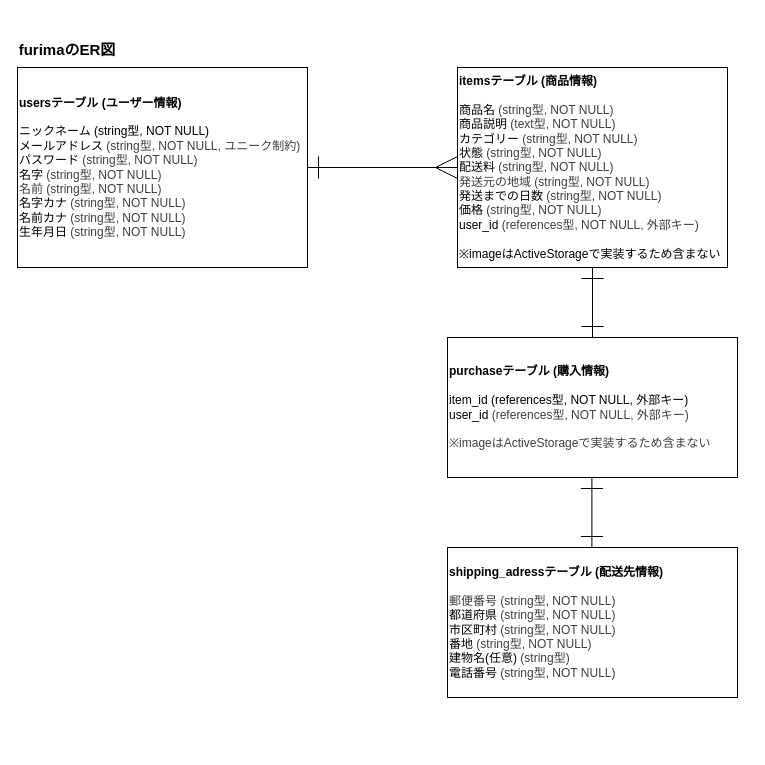
The draw.io diagram er.dio in kuraomirako/furima-42532, before the edit. Source tidied: cells renumbered, new cells numbered last; positions are measured from the earlier drawing's top-left corner, leaving out a move shared by most shapes. Both pictures are drawn from the tidied source at 100%, with x=0, y=0 at pixel (17, 27).
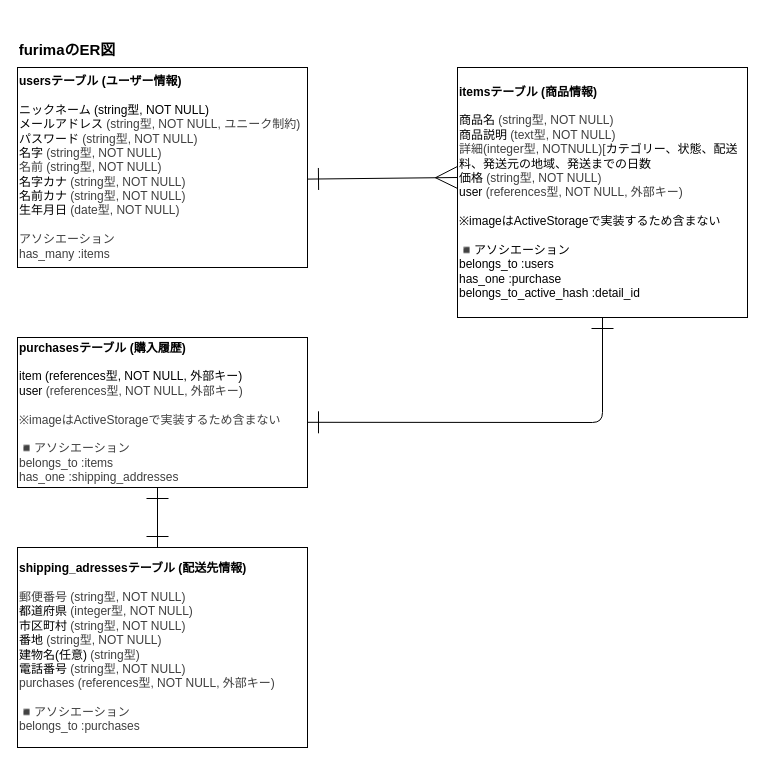
After the change.

Commit message (it also covers changes not shown here):
ER図・README修正1

The edit, as a diff of the source:
```diff
@@
 <mxGraphModel>
   <root>
     <mxCell id="0" />
     <mxCell id="1" parent="0" />
     <mxCell id="2" value="&lt;h1&gt;&lt;font style=&quot;font-size: 15px;&quot;&gt;furimaのER図&lt;/font&gt;&lt;/h1&gt;" style="whiteSpace=wrap;html=1;align=center;strokeColor=none;" parent="1" vertex="1">
       <mxGeometry width="100" height="40" as="geometry" />
     </mxCell>
-    <mxCell id="3" style="edgeStyle=none;html=1;exitX=1;exitY=0.5;exitDx=0;exitDy=0;entryX=0;entryY=0.5;entryDx=0;entryDy=0;targetPerimeterSpacing=6;sourcePerimeterSpacing=6;endSize=20;endArrow=ERmany;endFill=0;startSize=20;strokeColor=default;startArrow=ERone;startFill=0;" parent="1" edge="1" source="4" target="6">
-      <mxGeometry relative="1" as="geometry" />
+    <mxCell id="3" style="edgeStyle=none;html=1;exitX=1;exitY=0.558;exitDx=0;exitDy=0;entryX=0;entryY=0.5;entryDx=0;entryDy=0;targetPerimeterSpacing=6;sourcePerimeterSpacing=6;endSize=20;endArrow=ERmany;endFill=0;startSize=20;strokeColor=default;startArrow=ERone;startFill=0;exitPerimeter=0;" parent="1" edge="1" source="4">
+      <mxGeometry relative="1" as="geometry">
+        <mxPoint x="440" y="150" as="targetPoint" />
+      </mxGeometry>
     </mxCell>
-    <mxCell id="4" value="&lt;div&gt;&lt;b&gt;usersテーブル (ユーザー情報)&lt;/b&gt;&lt;/div&gt;&lt;div&gt;&lt;br&gt;&lt;/div&gt;&lt;div&gt;ニックネーム (string型, NOT NULL)&lt;/div&gt;&lt;div&gt;&lt;span style=&quot;background-color: transparent;&quot;&gt;メールアドレス&lt;/span&gt;&lt;span style=&quot;color: rgb(63, 63, 63); background-color: transparent;&quot;&gt;&amp;nbsp;&lt;/span&gt;&lt;span style=&quot;color: rgb(63, 63, 63); background-color: transparent;&quot;&gt;(string型, NOT NULL, ユニーク制約)&lt;/span&gt;&lt;/div&gt;&lt;div&gt;パスワード&lt;span style=&quot;background-color: transparent; color: rgb(63, 63, 63);&quot;&gt;&amp;nbsp;&lt;/span&gt;&lt;span style=&quot;background-color: transparent; color: rgb(63, 63, 63);&quot;&gt;(string型, NOT NULL)&lt;/span&gt;&lt;/div&gt;&lt;div&gt;名字&lt;span style=&quot;background-color: transparent; color: rgb(63, 63, 63);&quot;&gt;&amp;nbsp;&lt;/span&gt;&lt;span style=&quot;background-color: transparent; color: rgb(63, 63, 63);&quot;&gt;(string型, NOT NULL)&lt;/span&gt;&lt;/div&gt;&lt;div&gt;&lt;span style=&quot;background-color: transparent; color: rgb(63, 63, 63);&quot;&gt;名前&amp;nbsp;&lt;/span&gt;&lt;span style=&quot;background-color: transparent; color: rgb(63, 63, 63);&quot;&gt;(string型, NOT NULL)&lt;/span&gt;&lt;/div&gt;&lt;div&gt;名字カナ&lt;span style=&quot;background-color: transparent; color: rgb(63, 63, 63);&quot;&gt;&amp;nbsp;&lt;/span&gt;&lt;span style=&quot;background-color: transparent; color: rgb(63, 63, 63);&quot;&gt;(string型, NOT NULL)&lt;/span&gt;&lt;/div&gt;&lt;div&gt;名前カナ&lt;span style=&quot;background-color: transparent; color: rgb(63, 63, 63);&quot;&gt;&amp;nbsp;&lt;/span&gt;&lt;span style=&quot;background-color: transparent; color: rgb(63, 63, 63);&quot;&gt;(string型, NOT NULL)&lt;/span&gt;&lt;/div&gt;&lt;div&gt;生年月日&lt;span style=&quot;background-color: transparent; color: rgb(63, 63, 63);&quot;&gt;&amp;nbsp;&lt;/span&gt;&lt;span style=&quot;background-color: transparent; color: rgb(63, 63, 63);&quot;&gt;(string型, NOT NULL)&lt;/span&gt;&lt;/div&gt;" style="whiteSpace=wrap;html=1;align=left;" parent="1" vertex="1">
+    <mxCell id="4" value="&lt;div&gt;&lt;b&gt;usersテーブル (ユーザー情報)&lt;/b&gt;&lt;/div&gt;&lt;div&gt;&lt;br&gt;&lt;/div&gt;&lt;div&gt;ニックネーム (string型, NOT NULL)&lt;/div&gt;&lt;div&gt;&lt;span style=&quot;background-color: transparent;&quot;&gt;メールアドレス&lt;/span&gt;&lt;span style=&quot;color: rgb(63, 63, 63); background-color: transparent;&quot;&gt;&amp;nbsp;&lt;/span&gt;&lt;span style=&quot;color: rgb(63, 63, 63); background-color: transparent;&quot;&gt;(string型, NOT NULL, ユニーク制約)&lt;/span&gt;&lt;/div&gt;&lt;div&gt;パスワード&lt;span style=&quot;background-color: transparent; color: rgb(63, 63, 63);&quot;&gt;&amp;nbsp;&lt;/span&gt;&lt;span style=&quot;background-color: transparent; color: rgb(63, 63, 63);&quot;&gt;(string型, NOT NULL)&lt;/span&gt;&lt;/div&gt;&lt;div&gt;名字&lt;span style=&quot;background-color: transparent; color: rgb(63, 63, 63);&quot;&gt;&amp;nbsp;&lt;/span&gt;&lt;span style=&quot;background-color: transparent; color: rgb(63, 63, 63);&quot;&gt;(string型, NOT NULL)&lt;/span&gt;&lt;/div&gt;&lt;div&gt;&lt;span style=&quot;background-color: transparent; color: rgb(63, 63, 63);&quot;&gt;名前&amp;nbsp;&lt;/span&gt;&lt;span style=&quot;background-color: transparent; color: rgb(63, 63, 63);&quot;&gt;(string型, NOT NULL)&lt;/span&gt;&lt;/div&gt;&lt;div&gt;名字カナ&lt;span style=&quot;background-color: transparent; color: rgb(63, 63, 63);&quot;&gt;&amp;nbsp;&lt;/span&gt;&lt;span style=&quot;background-color: transparent; color: rgb(63, 63, 63);&quot;&gt;(string型, NOT NULL)&lt;/span&gt;&lt;/div&gt;&lt;div&gt;名前カナ&lt;span style=&quot;background-color: transparent; color: rgb(63, 63, 63);&quot;&gt;&amp;nbsp;&lt;/span&gt;&lt;span style=&quot;background-color: transparent; color: rgb(63, 63, 63);&quot;&gt;(string型, NOT NULL)&lt;/span&gt;&lt;/div&gt;&lt;div&gt;生年月日&lt;span style=&quot;background-color: transparent; color: rgb(63, 63, 63);&quot;&gt;&amp;nbsp;&lt;/span&gt;&lt;span style=&quot;background-color: transparent; color: rgb(63, 63, 63);&quot;&gt;(date型, NOT NULL)&lt;/span&gt;&lt;/div&gt;&lt;div&gt;&lt;span style=&quot;background-color: transparent; color: rgb(63, 63, 63);&quot;&gt;&lt;br&gt;&lt;/span&gt;&lt;/div&gt;&lt;div&gt;&lt;span style=&quot;background-color: transparent; color: rgb(63, 63, 63);&quot;&gt;アソシエーション&lt;/span&gt;&lt;/div&gt;&lt;div&gt;&lt;span style=&quot;background-color: transparent; color: rgb(63, 63, 63);&quot;&gt;has_many :items&lt;/span&gt;&lt;/div&gt;" style="whiteSpace=wrap;html=1;align=left;" parent="1" vertex="1">
       <mxGeometry y="40" width="290" height="200" as="geometry" />
     </mxCell>
-    <mxCell id="5" style="edgeStyle=none;html=1;exitX=0.5;exitY=1;exitDx=0;exitDy=0;endSize=20;startSize=20;endArrow=ERone;endFill=0;startArrow=ERone;startFill=0;" parent="1" edge="1" source="6" target="7">
-      <mxGeometry relative="1" as="geometry" />
+    <mxCell id="5" style="edgeStyle=none;html=1;endSize=20;startSize=20;endArrow=ERone;endFill=0;startArrow=ERone;startFill=0;entryX=1.001;entryY=0.437;entryDx=0;entryDy=0;entryPerimeter=0;exitX=0.5;exitY=1;exitDx=0;exitDy=0;" parent="1" edge="1" source="6">
+      <mxGeometry relative="1" as="geometry">
+        <mxPoint x="290" y="394.8" as="targetPoint" />
+        <Array as="points">
+          <mxPoint x="585" y="395" />
+        </Array>
+      </mxGeometry>
     </mxCell>
-    <mxCell id="6" value="&lt;div&gt;&lt;b&gt;itemsテーブル (商品情報)&lt;/b&gt;&lt;/div&gt;&lt;div&gt;&lt;br&gt;&lt;/div&gt;&lt;div&gt;商品名&lt;span style=&quot;color: rgb(63, 63, 63); background-color: transparent;&quot;&gt;&amp;nbsp;&lt;/span&gt;&lt;span style=&quot;color: rgb(63, 63, 63); background-color: transparent;&quot;&gt;(string型, NOT NULL)&lt;/span&gt;&lt;/div&gt;&lt;div&gt;商品説明&lt;span style=&quot;color: rgb(63, 63, 63); background-color: transparent;&quot;&gt;&amp;nbsp;&lt;/span&gt;&lt;span style=&quot;color: rgb(63, 63, 63); background-color: transparent;&quot;&gt;(text型, NOT NULL)&lt;/span&gt;&lt;/div&gt;&lt;div&gt;カテゴリー&lt;span style=&quot;color: rgb(63, 63, 63); background-color: transparent;&quot;&gt;&amp;nbsp;&lt;/span&gt;&lt;span style=&quot;color: rgb(63, 63, 63); background-color: transparent;&quot;&gt;(string型, NOT NULL)&lt;/span&gt;&lt;/div&gt;&lt;div&gt;状態&lt;span style=&quot;color: rgb(63, 63, 63); background-color: transparent;&quot;&gt;&amp;nbsp;&lt;/span&gt;&lt;span style=&quot;color: rgb(63, 63, 63); background-color: transparent;&quot;&gt;(string型, NOT NULL)&lt;/span&gt;&lt;/div&gt;&lt;div&gt;配送料&lt;span style=&quot;color: rgb(63, 63, 63); background-color: transparent;&quot;&gt;&amp;nbsp;&lt;/span&gt;&lt;span style=&quot;color: rgb(63, 63, 63); background-color: transparent;&quot;&gt;(string型, NOT NULL)&lt;/span&gt;&lt;/div&gt;&lt;div&gt;&lt;span style=&quot;color: rgb(63, 63, 63); background-color: transparent;&quot;&gt;発送元の地域&amp;nbsp;&lt;/span&gt;&lt;span style=&quot;color: rgb(63, 63, 63); background-color: transparent;&quot;&gt;(string型, NOT NULL)&lt;/span&gt;&lt;/div&gt;&lt;div&gt;発送までの日数&lt;span style=&quot;color: rgb(63, 63, 63); background-color: transparent;&quot;&gt;&amp;nbsp;&lt;/span&gt;&lt;span style=&quot;color: rgb(63, 63, 63); background-color: transparent;&quot;&gt;(string型, NOT NULL)&lt;/span&gt;&lt;/div&gt;&lt;div&gt;価格&lt;span style=&quot;color: rgb(63, 63, 63); background-color: transparent;&quot;&gt;&amp;nbsp;&lt;/span&gt;&lt;span style=&quot;color: rgb(63, 63, 63); background-color: transparent;&quot;&gt;(string型, NOT NULL)&lt;/span&gt;&lt;/div&gt;&lt;div&gt;user_id&lt;span style=&quot;color: rgb(63, 63, 63); background-color: transparent;&quot;&gt;&amp;nbsp;&lt;/span&gt;&lt;span style=&quot;color: rgb(63, 63, 63); background-color: transparent;&quot;&gt;(references型, NOT NULL, 外部キー)&lt;/span&gt;&lt;/div&gt;&lt;div&gt;&lt;br&gt;&lt;/div&gt;&lt;div&gt;※imageはActiveStorageで実装するため含まない&lt;/div&gt;" style="whiteSpace=wrap;html=1;align=left;" parent="1" vertex="1">
-      <mxGeometry x="440" y="40" width="270" height="200" as="geometry" />
+    <mxCell id="6" value="&lt;div&gt;&lt;b&gt;itemsテーブル (商品情報)&lt;/b&gt;&lt;/div&gt;&lt;div&gt;&lt;br&gt;&lt;/div&gt;&lt;div&gt;商品名&lt;span style=&quot;color: rgb(63, 63, 63); background-color: transparent;&quot;&gt;&amp;nbsp;&lt;/span&gt;&lt;span style=&quot;color: rgb(63, 63, 63); background-color: transparent;&quot;&gt;(string型, NOT NULL)&lt;/span&gt;&lt;/div&gt;&lt;div&gt;商品説明&lt;span style=&quot;color: rgb(63, 63, 63); background-color: transparent;&quot;&gt;&amp;nbsp;&lt;/span&gt;&lt;span style=&quot;color: rgb(63, 63, 63); background-color: transparent;&quot;&gt;(text型, NOT NULL)&lt;/span&gt;&lt;/div&gt;&lt;div&gt;&lt;span style=&quot;color: rgb(63, 63, 63); background-color: transparent;&quot;&gt;詳細(integer型, NOTNULL)[&lt;/span&gt;&lt;span style=&quot;background-color: transparent;&quot;&gt;カテゴリー、状態、配送料、発送元の地域、発送までの日数&lt;/span&gt;&lt;/div&gt;&lt;div&gt;価格&lt;span style=&quot;color: rgb(63, 63, 63); background-color: transparent;&quot;&gt;&amp;nbsp;&lt;/span&gt;&lt;span style=&quot;color: rgb(63, 63, 63); background-color: transparent;&quot;&gt;(string型, NOT NULL)&lt;/span&gt;&lt;/div&gt;&lt;div&gt;user&lt;span style=&quot;color: rgb(63, 63, 63); background-color: transparent;&quot;&gt;&amp;nbsp;&lt;/span&gt;&lt;span style=&quot;color: rgb(63, 63, 63); background-color: transparent;&quot;&gt;(references型, NOT NULL, 外部キー)&lt;/span&gt;&lt;/div&gt;&lt;div&gt;&lt;br&gt;&lt;/div&gt;&lt;div&gt;※imageはActiveStorageで実装するため含まない&lt;/div&gt;&lt;div&gt;&lt;br&gt;&lt;/div&gt;&lt;div&gt;◾️アソシエーション&lt;/div&gt;&lt;div&gt;belongs_to :users&lt;/div&gt;&lt;div&gt;has_one :purchase&lt;/div&gt;&lt;div&gt;belongs_to_active_hash :detail_id&lt;/div&gt;" style="whiteSpace=wrap;html=1;align=left;" parent="1" vertex="1">
+      <mxGeometry x="440" y="40" width="290" height="250" as="geometry" />
     </mxCell>
-    <mxCell id="7" value="&lt;div&gt;&lt;b&gt;purchaseテーブル (購入情報)&lt;/b&gt;&lt;/div&gt;&lt;div&gt;&lt;br&gt;&lt;/div&gt;&lt;div&gt;item_id (references型, NOT NULL, 外部キー)&lt;/div&gt;&lt;div&gt;user_id&lt;span style=&quot;color: rgb(63, 63, 63); background-color: transparent;&quot;&gt;&amp;nbsp;&lt;/span&gt;&lt;span style=&quot;color: rgb(63, 63, 63); background-color: transparent;&quot;&gt;(references型, NOT NULL, 外部キー)&lt;/span&gt;&lt;/div&gt;&lt;div&gt;&lt;span style=&quot;background-color: transparent; color: rgb(63, 63, 63);&quot;&gt;&lt;br&gt;&lt;/span&gt;&lt;/div&gt;&lt;div&gt;&lt;span style=&quot;background-color: transparent; color: rgb(63, 63, 63);&quot;&gt;&lt;span style=&quot;color: rgb(63, 63, 63);&quot;&gt;※imageはActiveStorageで実装するため含まない&lt;/span&gt;&lt;/span&gt;&lt;/div&gt;" style="whiteSpace=wrap;html=1;align=left;" parent="1" vertex="1">
-      <mxGeometry x="430" y="310" width="290" height="140" as="geometry" />
+    <mxCell id="7" value="&lt;div&gt;&lt;b&gt;purchasesテーブル (購入履歴)&lt;/b&gt;&lt;/div&gt;&lt;div&gt;&lt;br&gt;&lt;/div&gt;&lt;div&gt;item (references型, NOT NULL, 外部キー)&lt;/div&gt;&lt;div&gt;user&lt;span style=&quot;color: rgb(63, 63, 63); background-color: transparent;&quot;&gt;&amp;nbsp;&lt;/span&gt;&lt;span style=&quot;color: rgb(63, 63, 63); background-color: transparent;&quot;&gt;(references型, NOT NULL, 外部キー)&lt;/span&gt;&lt;/div&gt;&lt;div&gt;&lt;span style=&quot;background-color: transparent; color: rgb(63, 63, 63);&quot;&gt;&lt;br&gt;&lt;/span&gt;&lt;/div&gt;&lt;div&gt;&lt;span style=&quot;background-color: transparent; color: rgb(63, 63, 63);&quot;&gt;&lt;span style=&quot;color: rgb(63, 63, 63);&quot;&gt;※imageはActiveStorageで実装するため含まない&lt;/span&gt;&lt;/span&gt;&lt;/div&gt;&lt;div&gt;&lt;span style=&quot;background-color: transparent; color: rgb(63, 63, 63);&quot;&gt;&lt;span style=&quot;color: rgb(63, 63, 63);&quot;&gt;&lt;br&gt;&lt;/span&gt;&lt;/span&gt;&lt;/div&gt;&lt;div&gt;&lt;span style=&quot;background-color: transparent; color: rgb(63, 63, 63);&quot;&gt;&lt;span style=&quot;color: rgb(63, 63, 63);&quot;&gt;◾️アソシエーション&lt;/span&gt;&lt;/span&gt;&lt;/div&gt;&lt;div&gt;&lt;span style=&quot;background-color: transparent; color: rgb(63, 63, 63);&quot;&gt;&lt;span style=&quot;color: rgb(63, 63, 63);&quot;&gt;belongs_to :items&lt;/span&gt;&lt;/span&gt;&lt;/div&gt;&lt;div&gt;&lt;span style=&quot;background-color: transparent; color: rgb(63, 63, 63);&quot;&gt;&lt;span style=&quot;color: rgb(63, 63, 63);&quot;&gt;has_one :shipping_addresses&lt;/span&gt;&lt;/span&gt;&lt;/div&gt;" style="whiteSpace=wrap;html=1;align=left;" parent="1" vertex="1">
+      <mxGeometry y="310" width="290" height="150" as="geometry" />
     </mxCell>
-    <mxCell id="8" value="&lt;div&gt;&lt;b&gt;shipping_adressテーブル (配送先情報)&lt;/b&gt;&lt;/div&gt;&lt;div&gt;&lt;br&gt;&lt;/div&gt;&lt;div&gt;&lt;span style=&quot;background-color: transparent; color: rgb(63, 63, 63);&quot;&gt;郵便番号&amp;nbsp;&lt;/span&gt;&lt;span style=&quot;background-color: transparent; color: rgb(63, 63, 63);&quot;&gt;(string型, NOT NULL)&lt;/span&gt;&lt;/div&gt;&lt;div&gt;都道府県&lt;span style=&quot;background-color: transparent; color: rgb(63, 63, 63);&quot;&gt;&amp;nbsp;&lt;/span&gt;&lt;span style=&quot;background-color: transparent; color: rgb(63, 63, 63);&quot;&gt;(string型, NOT NULL)&lt;/span&gt;&lt;/div&gt;&lt;div&gt;市区町村&lt;span style=&quot;background-color: transparent; color: rgb(63, 63, 63);&quot;&gt;&amp;nbsp;&lt;/span&gt;&lt;span style=&quot;background-color: transparent; color: rgb(63, 63, 63);&quot;&gt;(string型, NOT NULL)&lt;/span&gt;&lt;/div&gt;&lt;div&gt;番地&lt;span style=&quot;background-color: transparent; color: rgb(63, 63, 63);&quot;&gt;&amp;nbsp;&lt;/span&gt;&lt;span style=&quot;background-color: transparent; color: rgb(63, 63, 63);&quot;&gt;(string型, NOT NULL)&lt;/span&gt;&lt;/div&gt;&lt;div&gt;建物名(任意)&lt;span style=&quot;background-color: transparent; color: rgb(63, 63, 63);&quot;&gt;&amp;nbsp;&lt;/span&gt;&lt;span style=&quot;background-color: transparent; color: rgb(63, 63, 63);&quot;&gt;(string型)&lt;/span&gt;&lt;/div&gt;&lt;div&gt;電話番号&lt;span style=&quot;background-color: transparent; color: rgb(63, 63, 63);&quot;&gt;&amp;nbsp;&lt;/span&gt;&lt;span style=&quot;background-color: transparent; color: rgb(63, 63, 63);&quot;&gt;(string型, NOT NULL)&lt;/span&gt;&lt;/div&gt;" style="whiteSpace=wrap;html=1;align=left;" parent="1" vertex="1">
-      <mxGeometry x="430" y="520" width="290" height="150" as="geometry" />
+    <mxCell id="8" value="&lt;div&gt;&lt;b&gt;shipping_adressesテーブル (配送先情報)&lt;/b&gt;&lt;/div&gt;&lt;div&gt;&lt;br&gt;&lt;/div&gt;&lt;div&gt;&lt;span style=&quot;background-color: transparent; color: rgb(63, 63, 63);&quot;&gt;郵便番号&amp;nbsp;&lt;/span&gt;&lt;span style=&quot;background-color: transparent; color: rgb(63, 63, 63);&quot;&gt;(string型, NOT NULL)&lt;/span&gt;&lt;/div&gt;&lt;div&gt;都道府県&lt;span style=&quot;background-color: transparent; color: rgb(63, 63, 63);&quot;&gt;&amp;nbsp;&lt;/span&gt;&lt;span style=&quot;background-color: transparent; color: rgb(63, 63, 63);&quot;&gt;(integer型, NOT NULL)&lt;/span&gt;&lt;/div&gt;&lt;div&gt;市区町村&lt;span style=&quot;background-color: transparent; color: rgb(63, 63, 63);&quot;&gt;&amp;nbsp;&lt;/span&gt;&lt;span style=&quot;background-color: transparent; color: rgb(63, 63, 63);&quot;&gt;(string型, NOT NULL)&lt;/span&gt;&lt;/div&gt;&lt;div&gt;番地&lt;span style=&quot;background-color: transparent; color: rgb(63, 63, 63);&quot;&gt;&amp;nbsp;&lt;/span&gt;&lt;span style=&quot;background-color: transparent; color: rgb(63, 63, 63);&quot;&gt;(string型, NOT NULL)&lt;/span&gt;&lt;/div&gt;&lt;div&gt;建物名(任意)&lt;span style=&quot;background-color: transparent; color: rgb(63, 63, 63);&quot;&gt;&amp;nbsp;&lt;/span&gt;&lt;span style=&quot;background-color: transparent; color: rgb(63, 63, 63);&quot;&gt;(string型)&lt;/span&gt;&lt;/div&gt;&lt;div&gt;電話番号&lt;span style=&quot;background-color: transparent; color: rgb(63, 63, 63);&quot;&gt;&amp;nbsp;&lt;/span&gt;&lt;span style=&quot;background-color: transparent; color: rgb(63, 63, 63);&quot;&gt;(string型, NOT NULL)&lt;/span&gt;&lt;/div&gt;&lt;div&gt;&lt;span style=&quot;background-color: transparent; color: rgb(63, 63, 63);&quot;&gt;purchases (references型, NOT NULL, 外部キー)&lt;/span&gt;&lt;/div&gt;&lt;div&gt;&lt;span style=&quot;background-color: transparent; color: rgb(63, 63, 63);&quot;&gt;&lt;br&gt;&lt;/span&gt;&lt;/div&gt;&lt;div&gt;&lt;span style=&quot;background-color: transparent; color: rgb(63, 63, 63);&quot;&gt;◾️アソシエーション&lt;/span&gt;&lt;/div&gt;&lt;div&gt;&lt;span style=&quot;background-color: transparent; color: rgb(63, 63, 63);&quot;&gt;belongs_to :purchases&lt;/span&gt;&lt;/div&gt;" style="whiteSpace=wrap;html=1;align=left;" parent="1" vertex="1">
+      <mxGeometry y="520" width="290" height="200" as="geometry" />
     </mxCell>
-    <mxCell id="9" style="edgeStyle=none;html=1;exitX=0.5;exitY=1;exitDx=0;exitDy=0;endSize=20;startSize=20;endArrow=ERone;endFill=0;startArrow=ERone;startFill=0;" parent="1" edge="1">
+    <mxCell id="9" style="edgeStyle=none;html=1;endSize=20;startSize=20;endArrow=ERone;endFill=0;startArrow=ERone;startFill=0;" parent="1" edge="1">
       <mxGeometry relative="1" as="geometry">
-        <mxPoint x="574.4" y="450" as="sourcePoint" />
-        <mxPoint x="574.4" y="520" as="targetPoint" />
+        <mxPoint x="140" y="460" as="sourcePoint" />
+        <mxPoint x="140" y="520" as="targetPoint" />
       </mxGeometry>
     </mxCell>
   </root>
 </mxGraphModel>
```
